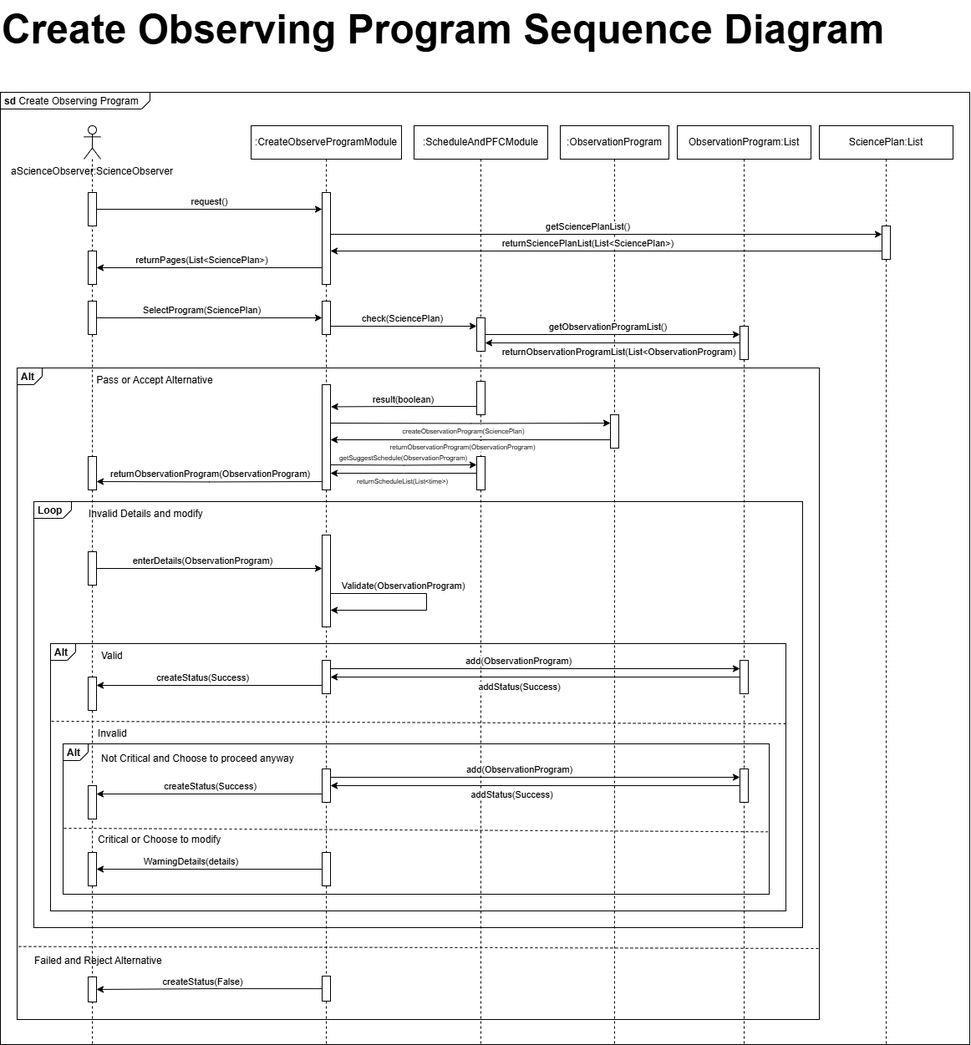
This is images/D3-S4.drawio.png from NithimethM/Nithimeth-2024-ITCS431-Gemini8, a draw.io export, as it was before one commit. Source tidied: cells renumbered, new cells last; positions are measured from the earlier drawing's top-left corner, leaving out a move shared by most shapes.
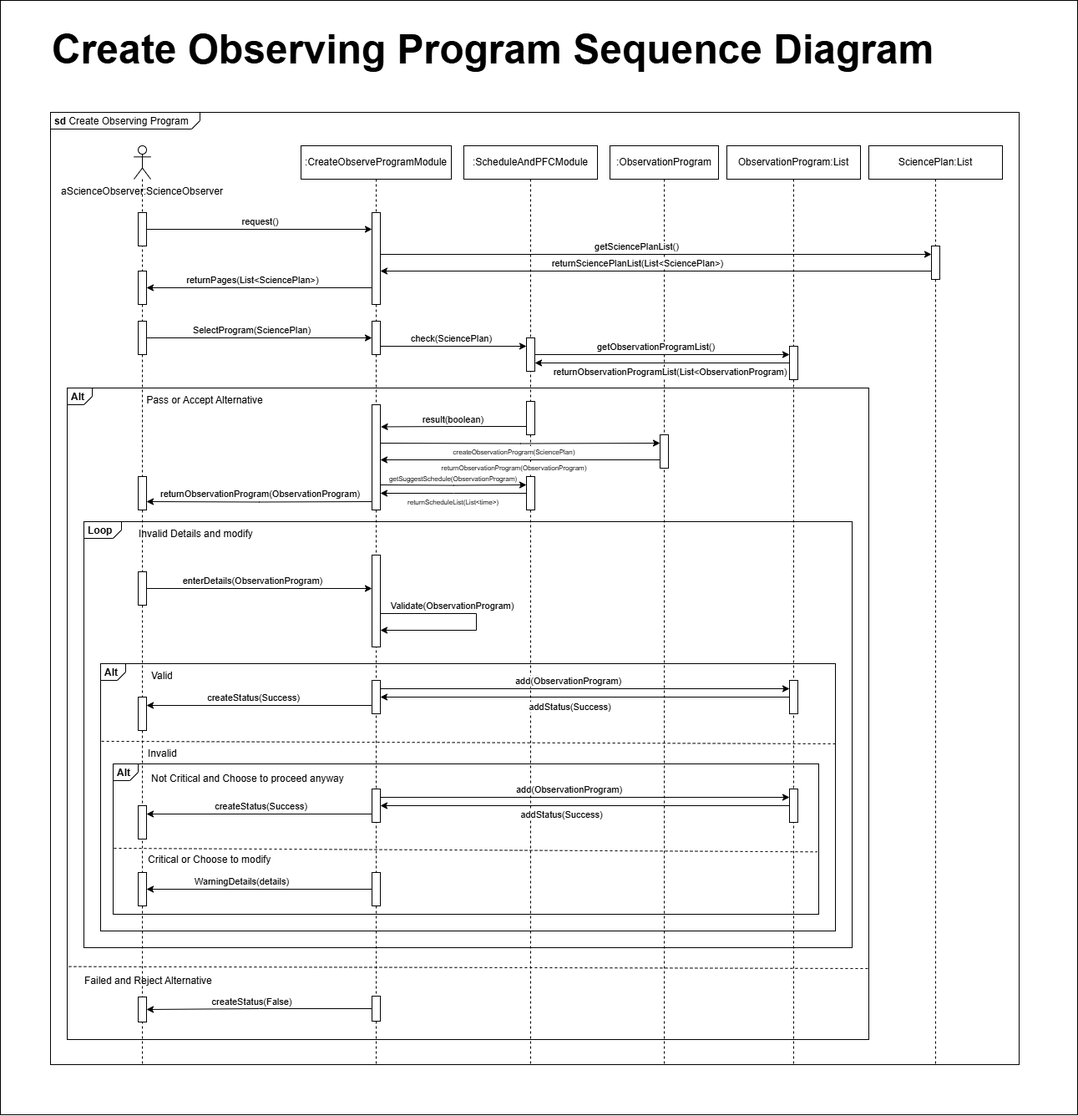
After the commit.

Diff of the diagram source:
```diff
@@ -2,6 +2,9 @@
   <root>
     <mxCell id="0" />
     <mxCell id="1" parent="0" />
+    <mxCell id="108" style="rounded=0;whiteSpace=wrap;html=1;" parent="1" vertex="1">
+      <mxGeometry x="-60" y="-24" width="1290" height="1334" as="geometry" />
+    </mxCell>
     <mxCell id="2" value="&lt;p style=&quot;margin:0px;margin-top:4px;margin-left:5px;text-align:left;&quot;&gt;&lt;b&gt;sd&lt;/b&gt;  Create Observing Program&lt;/p&gt;" style="html=1;shape=mxgraph.sysml.package;overflow=fill;labelX=179;align=left;spacingLeft=5;verticalAlign=top;spacingTop=-3;" parent="1" vertex="1">
       <mxGeometry y="110" width="1160" height="1140" as="geometry" />
     </mxCell>
```
